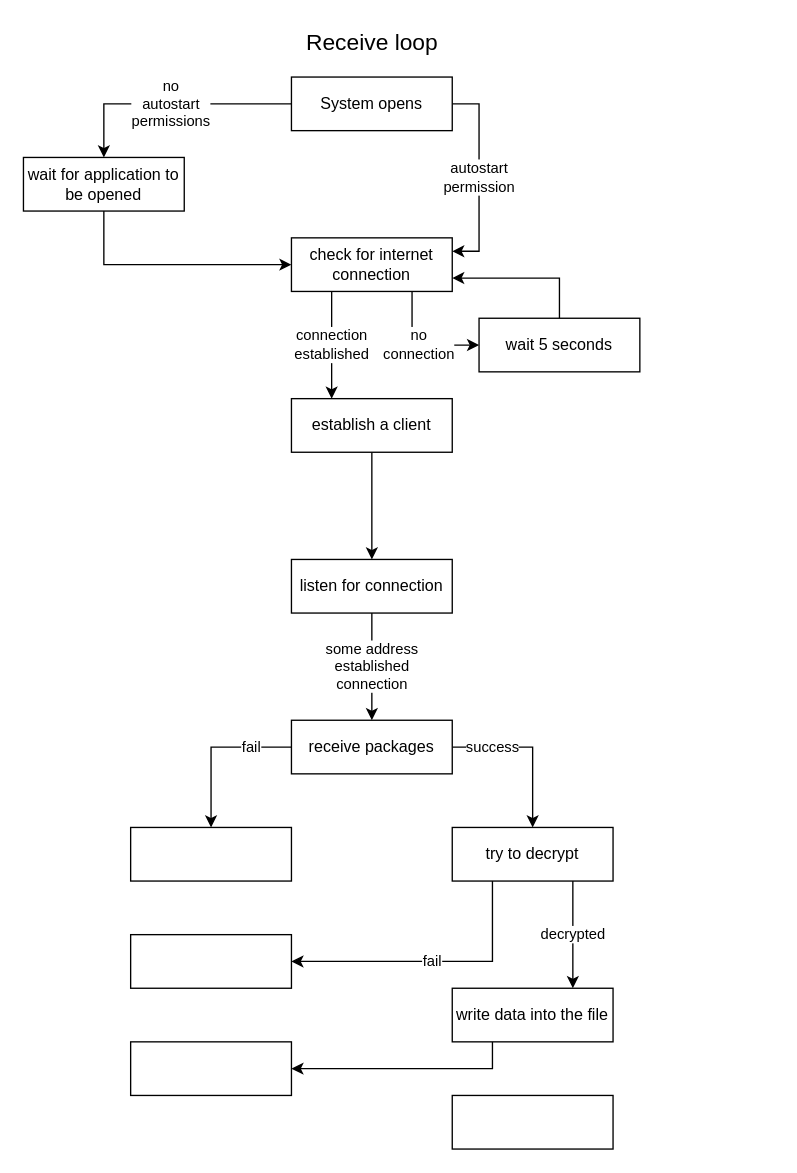
Before: page "Receive Loop" (2 of 7) of Communicator.drawio in JWamej/Communicator, a draw.io diagram. Source tidied: cells renumbered, new cells numbered last; positions are measured from the earlier drawing's top-left corner, leaving out a move shared by most shapes. Both pictures are drawn from the tidied source at 134%, with x=0, y=0 at pixel (23, 23).
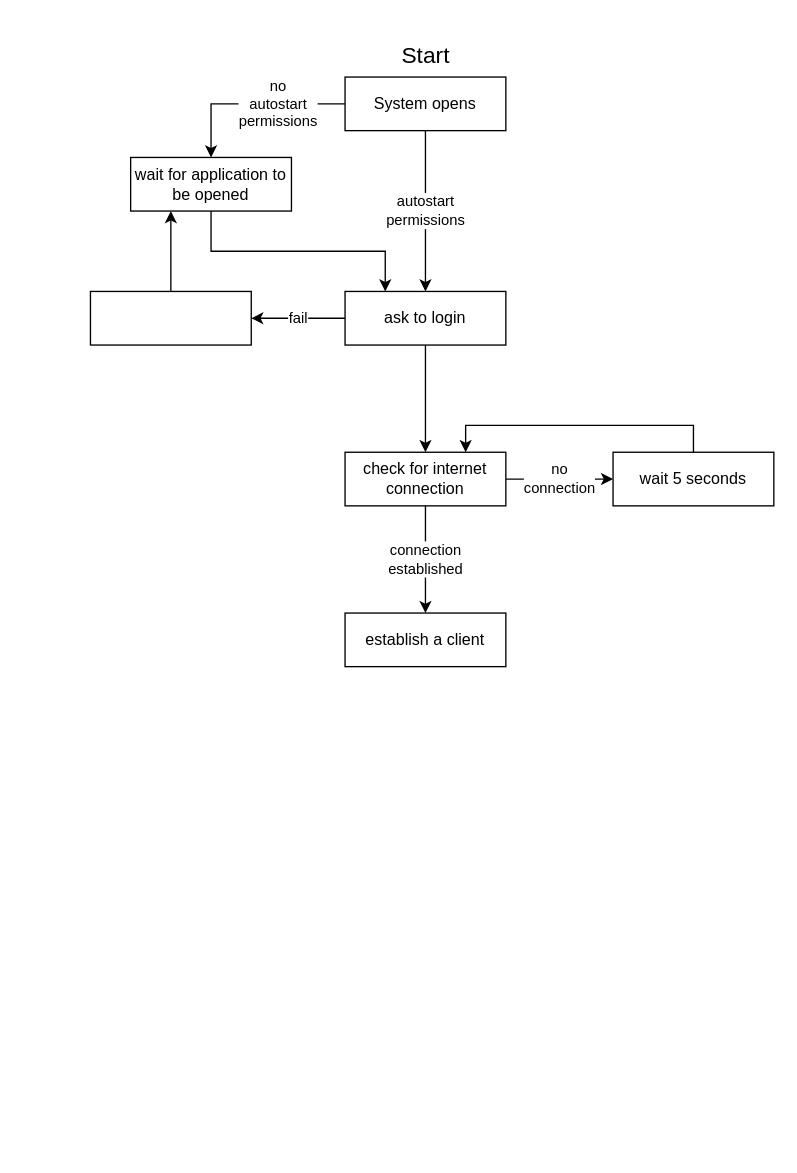
The same page after the edit.

Commit message:
Expanded the structure sketch

What changed in the source:
```diff
@@
-    <mxCell id="2" value="autostart&lt;div&gt;permission&lt;/div&gt;" style="edgeStyle=orthogonalEdgeStyle;rounded=0;jettySize=auto;html=1;exitX=1;exitY=0.5;exitDx=0;exitDy=0;entryX=1;entryY=0.25;entryDx=0;entryDy=0;" parent="1" edge="1" source="4" target="10">
-      <mxGeometry relative="1" as="geometry" />
-    </mxCell>
     <mxCell id="3" value="no&lt;div&gt;autostart&lt;/div&gt;&lt;div&gt;permissions&lt;/div&gt;" style="edgeStyle=orthogonalEdgeStyle;rounded=0;jettySize=auto;html=1;exitX=0;exitY=0.5;exitDx=0;exitDy=0;entryX=0.5;entryY=0;entryDx=0;entryDy=0;" parent="1" edge="1" source="4" target="7">
-      <mxGeometry relative="1" as="geometry" />
+      <mxGeometry x="-0.29" relative="1" as="geometry" />
     </mxCell>
     <mxCell id="4" value="System opens" style="rounded=0;whiteSpace=wrap;html=1;" parent="1" vertex="1">
-      <mxGeometry x="200" y="40" width="120" height="40" as="geometry" />
+      <mxGeometry x="240" y="40" width="120" height="40" as="geometry" />
     </mxCell>
-    <mxCell id="5" value="Receive loop" style="text;html=1;align=center;verticalAlign=middle;strokeColor=none;fillColor=none;fontSize=17;" parent="1" vertex="1">
-      <mxGeometry x="200" width="120" height="30" as="geometry" />
+    <mxCell id="5" value="Start" style="text;html=1;align=center;verticalAlign=middle;strokeColor=none;fillColor=none;fontSize=17;" parent="1" vertex="1">
+      <mxGeometry x="270" y="10" width="60" height="30" as="geometry" />
     </mxCell>
-    <mxCell id="6" style="edgeStyle=orthogonalEdgeStyle;rounded=0;jettySize=auto;html=1;exitX=0.5;exitY=1;exitDx=0;exitDy=0;entryX=0;entryY=0.5;entryDx=0;entryDy=0;" parent="1" edge="1" source="7" target="10">
-      <mxGeometry relative="1" as="geometry" />
-    </mxCell>
-    <mxCell id="7" value="wait for application to be opened" style="rounded=0;whiteSpace=wrap;html=1;" parent="1" vertex="1">
-      <mxGeometry y="100" width="120" height="40" as="geometry" />
-    </mxCell>
-    <mxCell id="8" value="connection&lt;div&gt;established&lt;/div&gt;" style="edgeStyle=orthogonalEdgeStyle;rounded=0;jettySize=auto;html=1;exitX=0.25;exitY=1;exitDx=0;exitDy=0;entryX=0.25;entryY=0;entryDx=0;entryDy=0;" parent="1" edge="1" source="10" target="12">
+    <mxCell id="8" value="connection&lt;div&gt;established&lt;/div&gt;" style="edgeStyle=orthogonalEdgeStyle;rounded=0;jettySize=auto;html=1;exitX=0.5;exitY=1;exitDx=0;exitDy=0;entryX=0.5;entryY=0;entryDx=0;entryDy=0;" parent="1" edge="1" source="10" target="12">
       <mxGeometry relative="1" as="geometry" />
     </mxCell>
-    <mxCell id="9" value="no&lt;div&gt;connection&lt;/div&gt;" style="edgeStyle=orthogonalEdgeStyle;rounded=0;jettySize=auto;html=1;exitX=0.75;exitY=1;exitDx=0;exitDy=0;entryX=0;entryY=0.5;entryDx=0;entryDy=0;" parent="1" edge="1" source="10" target="14">
+    <mxCell id="9" value="no&lt;div&gt;connection&lt;/div&gt;" style="edgeStyle=orthogonalEdgeStyle;rounded=0;jettySize=auto;html=1;exitX=1;exitY=0.5;exitDx=0;exitDy=0;entryX=0;entryY=0.5;entryDx=0;entryDy=0;" parent="1" edge="1" source="10" target="14">
       <mxGeometry relative="1" as="geometry" />
     </mxCell>
     <mxCell id="10" value="check for internet connection" style="rounded=0;whiteSpace=wrap;html=1;" parent="1" vertex="1">
-      <mxGeometry x="200" y="160" width="120" height="40" as="geometry" />
+      <mxGeometry x="240" y="320" width="120" height="40" as="geometry" />
     </mxCell>
-    <mxCell id="11" style="edgeStyle=orthogonalEdgeStyle;rounded=0;jettySize=auto;html=1;exitX=0.5;exitY=1;exitDx=0;exitDy=0;entryX=0.5;entryY=0;entryDx=0;entryDy=0;" parent="1" edge="1" source="12" target="16">
-      <mxGeometry relative="1" as="geometry" />
-    </mxCell>
     <mxCell id="12" value="establish a client" style="rounded=0;whiteSpace=wrap;html=1;" parent="1" vertex="1">
-      <mxGeometry x="200" y="280" width="120" height="40" as="geometry" />
+      <mxGeometry x="240" y="440" width="120" height="40" as="geometry" />
     </mxCell>
-    <mxCell id="13" style="edgeStyle=orthogonalEdgeStyle;rounded=0;jettySize=auto;html=1;exitX=0.5;exitY=0;exitDx=0;exitDy=0;entryX=1;entryY=0.75;entryDx=0;entryDy=0;" parent="1" edge="1" source="14" target="10">
+    <mxCell id="13" style="edgeStyle=orthogonalEdgeStyle;rounded=0;jettySize=auto;html=1;exitX=0.5;exitY=0;exitDx=0;exitDy=0;entryX=0.75;entryY=0;entryDx=0;entryDy=0;" parent="1" edge="1" source="14" target="10">
       <mxGeometry relative="1" as="geometry" />
     </mxCell>
     <mxCell id="14" value="wait 5 seconds" style="rounded=0;whiteSpace=wrap;html=1;" parent="1" vertex="1">
-      <mxGeometry x="340" y="220" width="120" height="40" as="geometry" />
+      <mxGeometry x="440" y="320" width="120" height="40" as="geometry" />
     </mxCell>
-    <mxCell id="15" value="some address&lt;div&gt;established&lt;/div&gt;&lt;div&gt;connection&lt;/div&gt;" style="edgeStyle=orthogonalEdgeStyle;rounded=0;jettySize=auto;html=1;exitX=0.5;exitY=1;exitDx=0;exitDy=0;entryX=0.5;entryY=0;entryDx=0;entryDy=0;" parent="1" edge="1" source="16" target="19">
-      <mxGeometry relative="1" as="geometry" />
-    </mxCell>
-    <mxCell id="16" value="listen for connection" style="rounded=0;whiteSpace=wrap;html=1;" parent="1" vertex="1">
-      <mxGeometry x="200" y="400" width="120" height="40" as="geometry" />
-    </mxCell>
-    <mxCell id="17" value="success" style="edgeStyle=orthogonalEdgeStyle;rounded=0;jettySize=auto;html=1;exitX=1;exitY=0.5;exitDx=0;exitDy=0;entryX=0.5;entryY=0;entryDx=0;entryDy=0;" parent="1" edge="1" source="19" target="23">
-      <mxGeometry x="-0.5" relative="1" as="geometry" />
-    </mxCell>
-    <mxCell id="18" value="fail" style="edgeStyle=orthogonalEdgeStyle;rounded=0;jettySize=auto;html=1;exitX=0;exitY=0.5;exitDx=0;exitDy=0;entryX=0.5;entryY=0;entryDx=0;entryDy=0;" parent="1" edge="1" source="19" target="20">
-      <mxGeometry x="-0.5" relative="1" as="geometry" />
-    </mxCell>
-    <mxCell id="19" value="receive packages" style="rounded=0;whiteSpace=wrap;html=1;" parent="1" vertex="1">
-      <mxGeometry x="200" y="520" width="120" height="40" as="geometry" />
-    </mxCell>
-    <mxCell id="20" style="rounded=0;whiteSpace=wrap;html=1;" parent="1" vertex="1">
-      <mxGeometry x="80" y="600" width="120" height="40" as="geometry" />
-    </mxCell>
-    <mxCell id="21" value="fail" style="edgeStyle=orthogonalEdgeStyle;rounded=0;jettySize=auto;html=1;exitX=0.25;exitY=1;exitDx=0;exitDy=0;entryX=1;entryY=0.5;entryDx=0;entryDy=0;" parent="1" edge="1" source="23" target="24">
-      <mxGeometry relative="1" as="geometry" />
-    </mxCell>
-    <mxCell id="22" value="decrypted" style="edgeStyle=orthogonalEdgeStyle;rounded=0;jettySize=auto;html=1;exitX=0.75;exitY=1;exitDx=0;exitDy=0;entryX=0.75;entryY=0;entryDx=0;entryDy=0;" parent="1" edge="1" source="23" target="26">
-      <mxGeometry relative="1" as="geometry" />
-    </mxCell>
-    <mxCell id="23" value="try to decrypt" style="rounded=0;whiteSpace=wrap;html=1;" parent="1" vertex="1">
-      <mxGeometry x="320" y="600" width="120" height="40" as="geometry" />
-    </mxCell>
-    <mxCell id="24" style="rounded=0;whiteSpace=wrap;html=1;" parent="1" vertex="1">
-      <mxGeometry x="80" y="680" width="120" height="40" as="geometry" />
-    </mxCell>
-    <mxCell id="25" style="edgeStyle=orthogonalEdgeStyle;rounded=0;jettySize=auto;html=1;exitX=0.25;exitY=1;exitDx=0;exitDy=0;entryX=1;entryY=0.5;entryDx=0;entryDy=0;" parent="1" edge="1" source="26" target="27">
-      <mxGeometry relative="1" as="geometry" />
-    </mxCell>
-    <mxCell id="26" value="write data into the file" style="rounded=0;whiteSpace=wrap;html=1;" parent="1" vertex="1">
-      <mxGeometry x="320" y="720" width="120" height="40" as="geometry" />
-    </mxCell>
-    <mxCell id="27" style="rounded=0;whiteSpace=wrap;html=1;" parent="1" vertex="1">
-      <mxGeometry x="80" y="760" width="120" height="40" as="geometry" />
-    </mxCell>
-    <mxCell id="28" style="rounded=0;whiteSpace=wrap;html=1;" parent="1" vertex="1">
-      <mxGeometry x="320" y="800" width="120" height="40" as="geometry" />
-    </mxCell>
+    <mxCell id="29" style="edgeStyle=orthogonalEdgeStyle;rounded=0;jettySize=auto;html=1;exitX=0.5;exitY=1;exitDx=0;exitDy=0;entryX=0.25;entryY=0;entryDx=0;entryDy=0;" parent="1" edge="1" source="7" target="33">
+      <mxGeometry relative="1" as="geometry" />
+    </mxCell>
+    <mxCell id="7" value="wait for application to be opened" style="rounded=0;whiteSpace=wrap;html=1;" parent="1" vertex="1">
+      <mxGeometry x="80" y="100" width="120" height="40" as="geometry" />
+    </mxCell>
+    <mxCell id="30" value="autostart&lt;div&gt;permissions&lt;/div&gt;" style="edgeStyle=orthogonalEdgeStyle;rounded=0;jettySize=auto;html=1;exitX=0.5;exitY=1;exitDx=0;exitDy=0;entryX=0.5;entryY=0;entryDx=0;entryDy=0;" parent="1" edge="1" source="4" target="33">
+      <mxGeometry relative="1" as="geometry" />
+    </mxCell>
+    <mxCell id="31" style="edgeStyle=orthogonalEdgeStyle;rounded=0;jettySize=auto;html=1;exitX=0.5;exitY=1;exitDx=0;exitDy=0;entryX=0.5;entryY=0;entryDx=0;entryDy=0;" parent="1" edge="1" source="33" target="10">
+      <mxGeometry relative="1" as="geometry" />
+    </mxCell>
+    <mxCell id="32" value="fail" style="edgeStyle=orthogonalEdgeStyle;rounded=0;jettySize=auto;html=1;exitX=0;exitY=0.5;exitDx=0;exitDy=0;entryX=1;entryY=0.5;entryDx=0;entryDy=0;" parent="1" edge="1" source="33" target="35">
+      <mxGeometry relative="1" as="geometry" />
+    </mxCell>
+    <mxCell id="33" value="ask to login" style="rounded=0;whiteSpace=wrap;html=1;" parent="1" vertex="1">
+      <mxGeometry x="240" y="200" width="120" height="40" as="geometry" />
+    </mxCell>
+    <mxCell id="34" style="edgeStyle=orthogonalEdgeStyle;rounded=0;jettySize=auto;html=1;exitX=0.5;exitY=0;exitDx=0;exitDy=0;entryX=0.25;entryY=1;entryDx=0;entryDy=0;" parent="1" edge="1" source="35" target="7">
+      <mxGeometry relative="1" as="geometry" />
+    </mxCell>
+    <mxCell id="35" style="rounded=0;whiteSpace=wrap;html=1;" parent="1" vertex="1">
+      <mxGeometry x="50" y="200" width="120" height="40" as="geometry" />
+    </mxCell>
```
